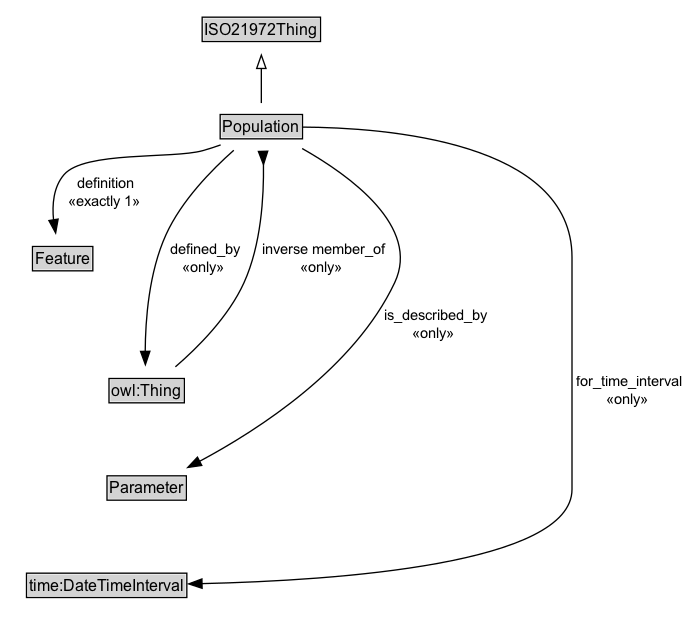
This is docs/diagrams/Population.dot.png from ISO-TC204/ontology-i72-v1, a Graphviz export, as it was before one commit. Its source is kept beside it as docs/diagrams/Population.dot.
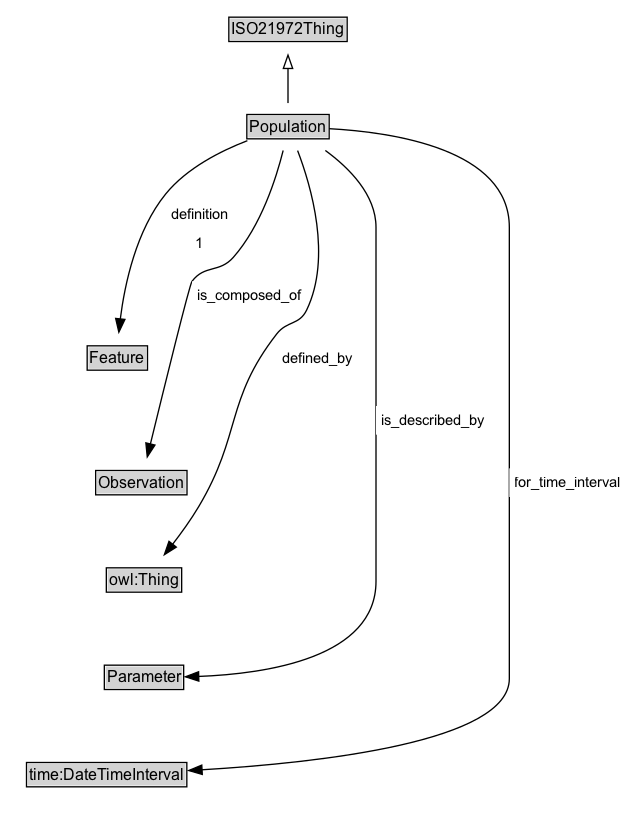
The same file after the commit.

Diff of the diagram source:
```diff
@@ -3,32 +3,37 @@
 	node [fontname=Arial fontsize=12 margin=0 shape=none]
 	edge [fontname=Arial fontsize=11]
 	{
+		rank=source
+		ISO21972Thing [label=<<TABLE BORDER="1" CELLBORDER="0" CELLSPACING="0" CELLPADDING="1"><TR><TD BGCOLOR="lightgray" ALIGN="CENTER">ISO21972Thing</TD></TR></TABLE>> URL="../ISO21972Thing" margin=0]
+	}
+	Population [label=<<TABLE BORDER="1" CELLBORDER="0" CELLSPACING="0" CELLPADDING="1"><TR><TD BGCOLOR="lightgray" ALIGN="CENTER">Population</TD></TR></TABLE>> URL="../Population" margin=0]
+	{
 		rank=max
-		Population [label=<<TABLE BORDER="1" CELLBORDER="0" CELLSPACING="0" CELLPADDING="1"><TR><TD BGCOLOR="lightgray" ALIGN="CENTER" PORT="e">Population</TD></TR></TABLE>> URL="../Population.md" margin=0]
 	}
 	subgraph cluster_associated {
 		label="" style=invis
 		Invis [label=<<TABLE BORDER="0" CELLBORDER="0" CELLSPACING="0" CELLPADDING="1"><TR><TD></TD></TR></TABLE>> margin=0 style=invis]
-		Feature [label=<<TABLE BORDER="1" CELLBORDER="0" CELLSPACING="0" CELLPADDING="1"><TR><TD BGCOLOR="lightgray" ALIGN="CENTER">Feature</TD></TR></TABLE>> URL="../Feature.md" margin=0]
-		owl_Thing [label=<<TABLE BORDER="1" CELLBORDER="0" CELLSPACING="0" CELLPADDING="1"><TR><TD BGCOLOR="lightgray" ALIGN="CENTER">owl:Thing</TD></TR></TABLE>> margin=0]
-		Parameter [label=<<TABLE BORDER="1" CELLBORDER="0" CELLSPACING="0" CELLPADDING="1"><TR><TD BGCOLOR="lightgray" ALIGN="CENTER">Parameter</TD></TR></TABLE>> URL="../Parameter.md" margin=0]
-		time_DateTimeInterval [label=<<TABLE BORDER="1" CELLBORDER="0" CELLSPACING="0" CELLPADDING="1"><TR><TD BGCOLOR="lightgray" ALIGN="CENTER">time:DateTimeInterval</TD></TR></TABLE>> margin=0]
+		Feature [label=<<TABLE BORDER="1" CELLBORDER="0" CELLSPACING="0" CELLPADDING="1"><TR><TD BGCOLOR="lightgray" ALIGN="CENTER">Feature</TD></TR></TABLE>> URL="../Feature" margin=0]
+		Observation [label=<<TABLE BORDER="1" CELLBORDER="0" CELLSPACING="0" CELLPADDING="1"><TR><TD BGCOLOR="lightgray" ALIGN="CENTER">Observation</TD></TR></TABLE>> URL="../Observation" margin=0]
+		owl_Thing [label=<<TABLE BORDER="1" CELLBORDER="0" CELLSPACING="0" CELLPADDING="1"><TR><TD BGCOLOR="lightgray" ALIGN="CENTER">owl:Thing</TD></TR></TABLE>> URL="https://w3id.org/citydata/imported/owl/latest/Thing" margin=0]
+		Parameter [label=<<TABLE BORDER="1" CELLBORDER="0" CELLSPACING="0" CELLPADDING="1"><TR><TD BGCOLOR="lightgray" ALIGN="CENTER">Parameter</TD></TR></TABLE>> URL="../Parameter" margin=0]
+		time_DateTimeInterval [label=<<TABLE BORDER="1" CELLBORDER="0" CELLSPACING="0" CELLPADDING="1"><TR><TD BGCOLOR="lightgray" ALIGN="CENTER">time:DateTimeInterval</TD></TR></TABLE>> URL="https://w3id.org/citydata/imported/time/latest/DateTimeInterval" margin=0]
 	}
-	ISO21972Thing [label=<<TABLE BORDER="1" CELLBORDER="0" CELLSPACING="0" CELLPADDING="1"><TR><TD BGCOLOR="lightgray" ALIGN="CENTER">ISO21972Thing</TD></TR></TABLE>> URL="../ISO21972Thing.md" margin=0]
 	Population -> ISO21972Thing [arrowhead=onormal style=solid]
 	Population -> Invis [style=invis]
 	Invis -> Feature [style=invis]
-	Feature -> owl_Thing [style=invis]
+	Feature -> Observation [style=invis]
+	Observation -> owl_Thing [style=invis]
 	owl_Thing -> Parameter [style=invis]
 	Parameter -> time_DateTimeInterval [style=invis]
-	Population -> owl_Thing [label=" defined_by
- «only»  " arrowhead=normal style=solid]
-	Population -> time_DateTimeInterval [label=" for_time_interval
- «only»  " arrowhead=normal style=solid]
-	owl_Thing -> Population [label=" inverse member_of
- «only»  " arrowhead=inv style=solid]
-	Population -> Parameter [label=" is_described_by
- «only»  " arrowhead=normal style=solid]
-	Population -> Feature [label=" definition
- «exactly 1»  " arrowhead=normal style=solid]
+	Parameter [label=<<TABLE BORDER="1" CELLBORDER="0" CELLSPACING="0" CELLPADDING="1"><TR><TD BGCOLOR="lightgray" ALIGN="CENTER">Parameter</TD></TR></TABLE>> URL="../Parameter" margin=0]
+	Population -> Parameter [label=<<TABLE BORDER="0" CELLBORDER="0" CELLSPACING="0" CELLPADDING="4" BGCOLOR="white"><TR><TD ALIGN="CENTER">is_described_by</TD></TR></TABLE>> arrowhead=normal style=solid]
+	time_DateTimeInterval [label=<<TABLE BORDER="1" CELLBORDER="0" CELLSPACING="0" CELLPADDING="1"><TR><TD BGCOLOR="lightgray" ALIGN="CENTER">time:DateTimeInterval</TD></TR></TABLE>> URL="https://w3id.org/citydata/imported/time/latest/DateTimeInterval" margin=0]
+	Population -> time_DateTimeInterval [label=<<TABLE BORDER="0" CELLBORDER="0" CELLSPACING="0" CELLPADDING="4" BGCOLOR="white"><TR><TD ALIGN="CENTER">for_time_interval</TD></TR></TABLE>> arrowhead=normal style=solid]
+	Feature [label=<<TABLE BORDER="1" CELLBORDER="0" CELLSPACING="0" CELLPADDING="1"><TR><TD BGCOLOR="lightgray" ALIGN="CENTER">Feature</TD></TR></TABLE>> URL="../Feature" margin=0]
+	Population -> Feature [label=<<TABLE BORDER="0" CELLBORDER="0" CELLSPACING="0" CELLPADDING="4" BGCOLOR="white"><TR><TD ALIGN="CENTER">definition</TD></TR><TR><TD ALIGN="CENTER">1</TD></TR></TABLE>> arrowhead=normal style=solid]
+	Observation [label=<<TABLE BORDER="1" CELLBORDER="0" CELLSPACING="0" CELLPADDING="1"><TR><TD BGCOLOR="lightgray" ALIGN="CENTER">Observation</TD></TR></TABLE>> URL="../Observation" margin=0]
+	Population -> Observation [label=<<TABLE BORDER="0" CELLBORDER="0" CELLSPACING="0" CELLPADDING="4" BGCOLOR="white"><TR><TD ALIGN="CENTER">is_composed_of</TD></TR></TABLE>> arrowhead=normal style=solid]
+	owl_Thing [label=<<TABLE BORDER="1" CELLBORDER="0" CELLSPACING="0" CELLPADDING="1"><TR><TD BGCOLOR="lightgray" ALIGN="CENTER">owl:Thing</TD></TR></TABLE>> URL="https://w3id.org/citydata/imported/owl/latest/Thing" margin=0]
+	Population -> owl_Thing [label=<<TABLE BORDER="0" CELLBORDER="0" CELLSPACING="0" CELLPADDING="4" BGCOLOR="white"><TR><TD ALIGN="CENTER">defined_by</TD></TR></TABLE>> arrowhead=normal style=solid]
 }
```
